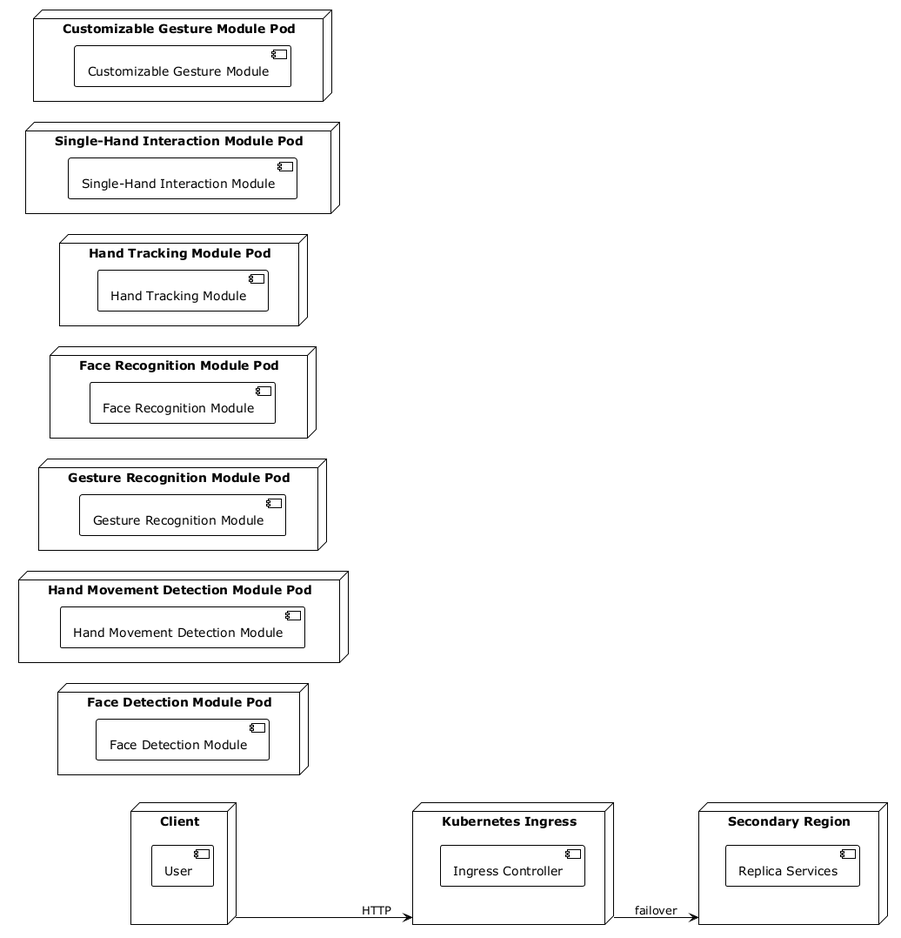
The PlantUML diagram data/outputs/deployment_view.png in hanaAbdelwahab/GPARCHIMIND, before a commit.
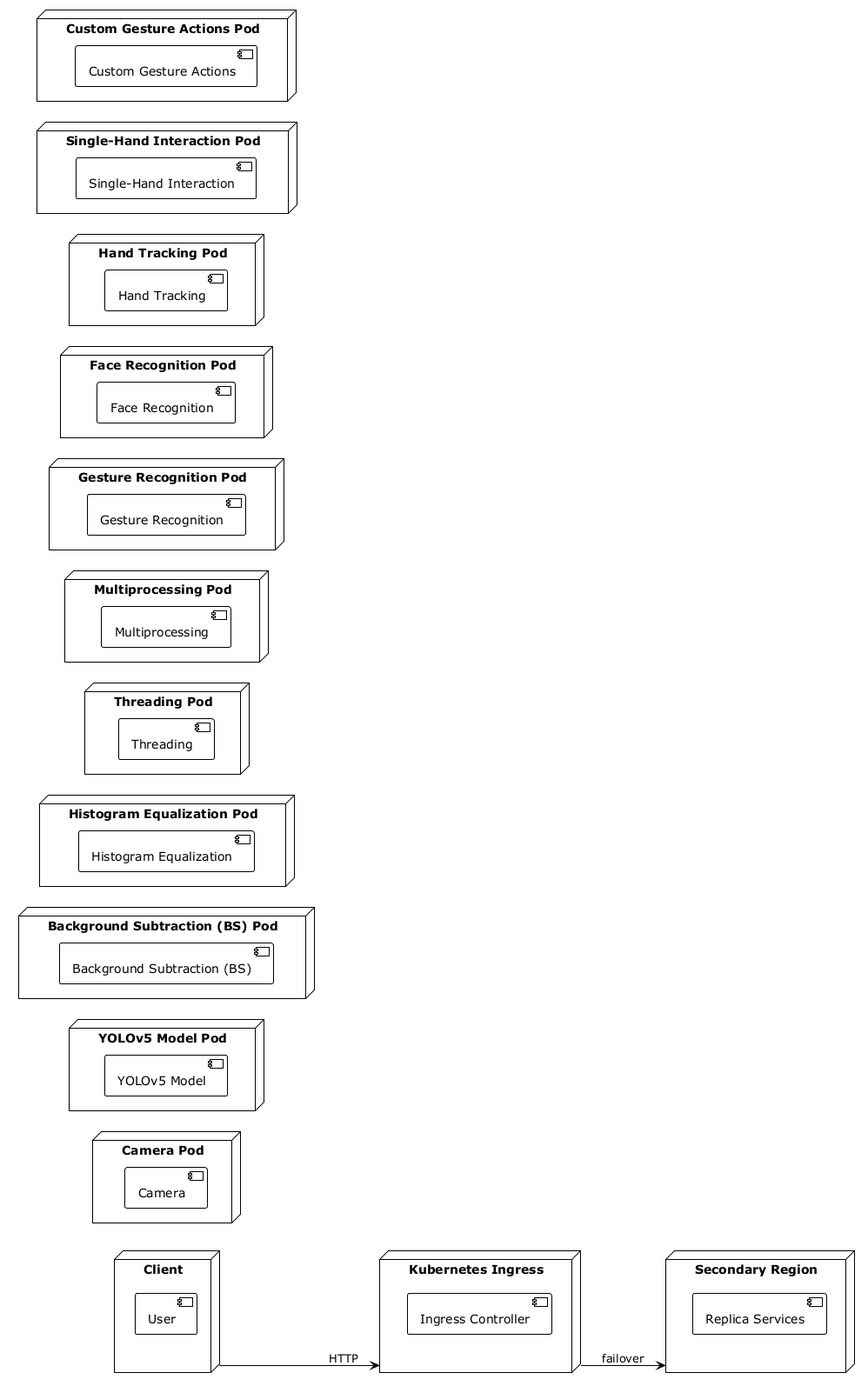
Above is the later version.

What changed in the source:
```diff
@@ -7,26 +7,38 @@
 node "Kubernetes Ingress" as IngressController {
   component "Ingress Controller"
 }
-node "Face Detection Module Pod" as FaceDetectionModulePod {
-  component "Face Detection Module"
+node "Camera Pod" as CameraPod {
+  component "Camera"
 }
-node "Hand Movement Detection Module Pod" as HandMovementDetectionModulePod {
-  component "Hand Movement Detection Module"
+node "YOLOv5 Model Pod" as YOLOv5ModelPod {
+  component "YOLOv5 Model"
 }
-node "Gesture Recognition Module Pod" as GestureRecognitionModulePod {
-  component "Gesture Recognition Module"
+node "Background Subtraction (BS) Pod" as BackgroundSubtractionBSPod {
+  component "Background Subtraction (BS)"
 }
-node "Face Recognition Module Pod" as FaceRecognitionModulePod {
-  component "Face Recognition Module"
+node "Histogram Equalization Pod" as HistogramEqualizationPod {
+  component "Histogram Equalization"
 }
-node "Hand Tracking Module Pod" as HandTrackingModulePod {
-  component "Hand Tracking Module"
+node "Threading Pod" as ThreadingPod {
+  component "Threading"
 }
-node "Single-Hand Interaction Module Pod" as SingleHandInteractionModulePod {
-  component "Single-Hand Interaction Module"
+node "Multiprocessing Pod" as MultiprocessingPod {
+  component "Multiprocessing"
 }
-node "Customizable Gesture Module Pod" as CustomizableGestureModulePod {
-  component "Customizable Gesture Module"
+node "Gesture Recognition Pod" as GestureRecognitionPod {
+  component "Gesture Recognition"
+}
+node "Face Recognition Pod" as FaceRecognitionPod {
+  component "Face Recognition"
+}
+node "Hand Tracking Pod" as HandTrackingPod {
+  component "Hand Tracking"
+}
+node "Single-Hand Interaction Pod" as SingleHandInteractionPod {
+  component "Single-Hand Interaction"
+}
+node "Custom Gesture Actions Pod" as CustomGestureActionsPod {
+  component "Custom Gesture Actions"
 }
 Client --> IngressController : HTTP
 node "Secondary Region" as SecondaryRegion {
```
